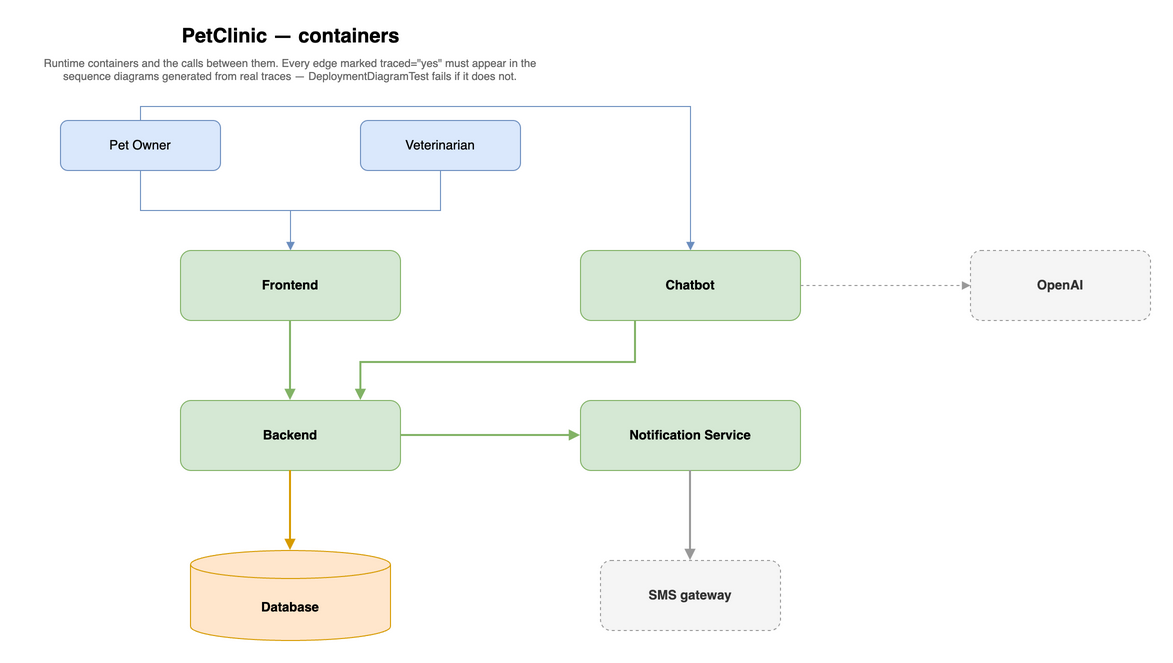
This is petclinic-backend/docs/Deployment.drawio.png from victorrentea/petclinic, a draw.io export, as it was before one commit. Source tidied: cells renumbered, new cells last; positions are measured from the earlier drawing's top-left corner, leaving out a move shared by most shapes.
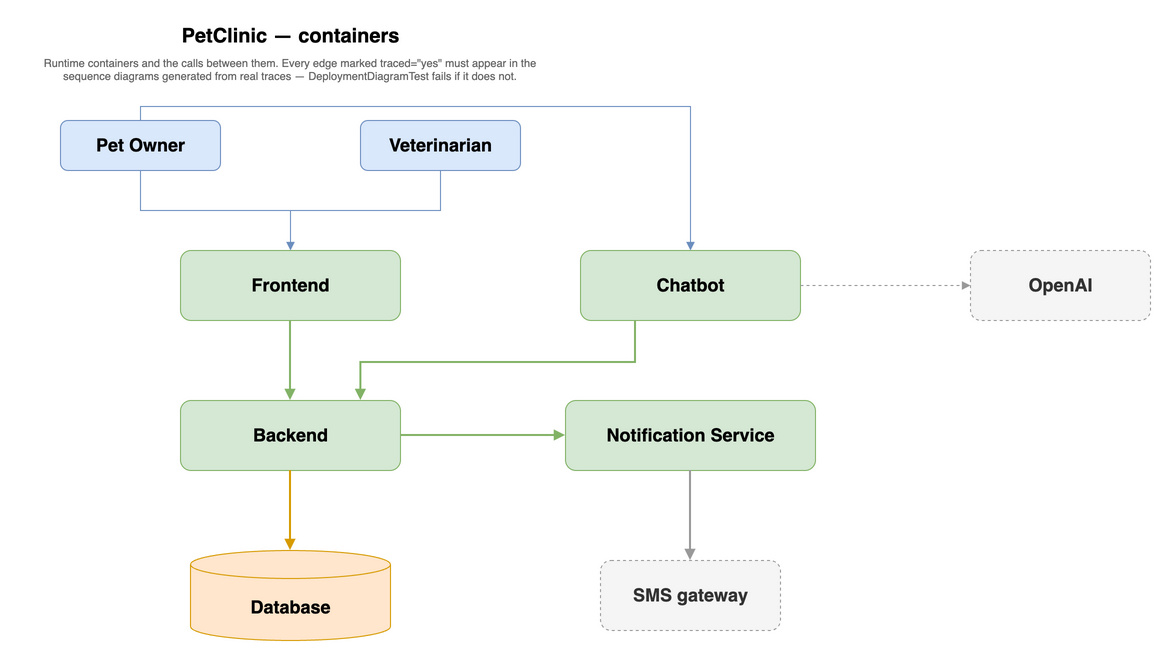
Later version of the same file.

What changed in the source:
```diff
@@ -8,19 +8,19 @@
     <mxCell id="3" value="Runtime containers and the calls between them. Every edge marked traced=&quot;yes&quot; must appear in the sequence diagrams generated from real traces — DeploymentDiagramTest fails if it does not." style="text;html=1;align=center;verticalAlign=top;fontSize=11;fontColor=#666666;whiteSpace=wrap;" parent="1" vertex="1">
       <mxGeometry y="30" width="540" height="46" as="geometry" />
     </mxCell>
-    <mxCell id="4" value="Pet Owner" style="rounded=1;whiteSpace=wrap;html=1;fillColor=#dae8fc;strokeColor=#6c8ebf;fontSize=13;" parent="1" vertex="1">
+    <mxCell id="4" value="Pet Owner" style="rounded=1;whiteSpace=nowrap;html=1;fillColor=#dae8fc;strokeColor=#6c8ebf;fontSize=18;fontStyle=1;" parent="1" vertex="1">
       <mxGeometry x="40" y="100" width="160" height="50" as="geometry" />
     </mxCell>
-    <mxCell id="5" value="Veterinarian" style="rounded=1;whiteSpace=wrap;html=1;fillColor=#dae8fc;strokeColor=#6c8ebf;fontSize=13;" parent="1" vertex="1">
+    <mxCell id="5" value="Veterinarian" style="rounded=1;whiteSpace=nowrap;html=1;fillColor=#dae8fc;strokeColor=#6c8ebf;fontSize=18;fontStyle=1;" parent="1" vertex="1">
       <mxGeometry x="340" y="100" width="160" height="50" as="geometry" />
     </mxCell>
-    <mxCell id="6" value="&lt;b&gt;Frontend&lt;/b&gt;" style="rounded=1;whiteSpace=wrap;html=1;fillColor=#d5e8d4;strokeColor=#82b366;fontSize=13;verticalAlign=middle;" parent="1" vertex="1">
+    <mxCell id="6" value="&lt;b&gt;Frontend&lt;/b&gt;" style="rounded=1;whiteSpace=nowrap;html=1;fillColor=#d5e8d4;strokeColor=#82b366;fontSize=18;verticalAlign=middle;fontStyle=1;" parent="1" vertex="1">
       <mxGeometry x="160" y="230" width="220" height="70" as="geometry" />
     </mxCell>
-    <mxCell id="7" value="&lt;b&gt;Backend&lt;/b&gt;" style="rounded=1;whiteSpace=wrap;html=1;fillColor=#d5e8d4;strokeColor=#82b366;fontSize=13;verticalAlign=middle;" parent="1" vertex="1">
+    <mxCell id="7" value="&lt;b&gt;Backend&lt;/b&gt;" style="rounded=1;whiteSpace=nowrap;html=1;fillColor=#d5e8d4;strokeColor=#82b366;fontSize=18;verticalAlign=middle;fontStyle=1;" parent="1" vertex="1">
       <mxGeometry x="160" y="380" width="220" height="70" as="geometry" />
     </mxCell>
-    <mxCell id="8" value="&lt;b&gt;Database&lt;/b&gt;" style="shape=cylinder3;whiteSpace=wrap;html=1;boundedLbl=1;backgroundOutline=1;size=14;fillColor=#ffe6cc;strokeColor=#d79b00;fontSize=13;verticalAlign=middle;" parent="1" vertex="1">
+    <mxCell id="8" value="&lt;b&gt;Database&lt;/b&gt;" style="shape=cylinder3;whiteSpace=nowrap;html=1;boundedLbl=1;backgroundOutline=1;size=14;fillColor=#ffe6cc;strokeColor=#d79b00;fontSize=18;verticalAlign=middle;fontStyle=1;" parent="1" vertex="1">
       <mxGeometry x="170" y="530" width="200" height="90" as="geometry" />
     </mxCell>
     <mxCell id="9" style="edgeStyle=orthogonalEdgeStyle;rounded=0;html=1;labelBackgroundColor=#FFFFFF;endArrow=block;strokeColor=#6c8ebf;fontSize=11;" parent="1" edge="1" source="4" target="6">
@@ -35,13 +35,13 @@
     <mxCell id="12" style="edgeStyle=orthogonalEdgeStyle;rounded=0;html=1;labelBackgroundColor=#FFFFFF;endArrow=block;strokeWidth=2;strokeColor=#d79b00;fontSize=11;" parent="1" edge="1" source="7" target="8">
       <mxGeometry relative="1" as="geometry" />
     </mxCell>
-    <mxCell id="13" value="&lt;b&gt;Notification Service&lt;/b&gt;" style="rounded=1;whiteSpace=wrap;html=1;fillColor=#d5e8d4;strokeColor=#82b366;fontSize=13;verticalAlign=middle;" parent="1" vertex="1">
-      <mxGeometry x="560" y="380" width="220" height="70" as="geometry" />
+    <mxCell id="13" value="&lt;b&gt;Notification Service&lt;/b&gt;" style="rounded=1;whiteSpace=nowrap;html=1;fillColor=#d5e8d4;strokeColor=#82b366;fontSize=18;verticalAlign=middle;fontStyle=1;" parent="1" vertex="1">
+      <mxGeometry x="545" y="380" width="250" height="70" as="geometry" />
     </mxCell>
-    <mxCell id="14" value="&lt;b&gt;Chatbot&lt;/b&gt;" style="rounded=1;whiteSpace=wrap;html=1;fillColor=#d5e8d4;strokeColor=#82b366;fontSize=13;verticalAlign=middle;" parent="1" vertex="1">
+    <mxCell id="14" value="&lt;b&gt;Chatbot&lt;/b&gt;" style="rounded=1;whiteSpace=nowrap;html=1;fillColor=#d5e8d4;strokeColor=#82b366;fontSize=18;verticalAlign=middle;fontStyle=1;" parent="1" vertex="1">
       <mxGeometry x="560" y="230" width="220" height="70" as="geometry" />
     </mxCell>
-    <mxCell id="15" value="&lt;b&gt;OpenAI&lt;/b&gt;" style="rounded=1;whiteSpace=wrap;html=1;fillColor=#f5f5f5;strokeColor=#999999;fontColor=#333333;dashed=1;fontSize=13;verticalAlign=middle;" parent="1" vertex="1">
+    <mxCell id="15" value="&lt;b&gt;OpenAI&lt;/b&gt;" style="rounded=1;whiteSpace=nowrap;html=1;fillColor=#f5f5f5;strokeColor=#999999;fontColor=#333333;dashed=1;fontSize=18;verticalAlign=middle;fontStyle=1;" parent="1" vertex="1">
       <mxGeometry x="950" y="230" width="180" height="70" as="geometry" />
     </mxCell>
     <mxCell id="16" style="edgeStyle=orthogonalEdgeStyle;rounded=0;html=1;labelBackgroundColor=#FFFFFF;endArrow=block;strokeWidth=2;strokeColor=#82b366;fontSize=11;" parent="1" edge="1" source="7" target="13">
@@ -67,7 +67,7 @@
     <mxCell id="19" style="edgeStyle=orthogonalEdgeStyle;rounded=0;html=1;labelBackgroundColor=#FFFFFF;endArrow=block;dashed=1;strokeColor=#999999;fontColor=#666666;fontSize=11;exitDx=0;exitDy=0;entryDx=0;entryDy=0;exitX=1;exitY=0.5;entryX=0;entryY=0.5;" parent="1" edge="1" source="14" target="15">
       <mxGeometry relative="1" as="geometry" />
     </mxCell>
-    <mxCell id="20" value="&lt;b&gt;SMS gateway&lt;/b&gt;" style="rounded=1;whiteSpace=wrap;html=1;fillColor=#f5f5f5;strokeColor=#999999;fontColor=#333333;dashed=1;fontSize=13;verticalAlign=middle;" parent="1" vertex="1">
+    <mxCell id="20" value="&lt;b&gt;SMS gateway&lt;/b&gt;" style="rounded=1;whiteSpace=nowrap;html=1;fillColor=#f5f5f5;strokeColor=#999999;fontColor=#333333;dashed=1;fontSize=18;verticalAlign=middle;fontStyle=1;" parent="1" vertex="1">
       <mxGeometry x="580" y="540" width="180" height="70" as="geometry" />
     </mxCell>
     <mxCell id="21" style="edgeStyle=orthogonalEdgeStyle;rounded=0;html=1;labelBackgroundColor=#FFFFFF;endArrow=block;strokeWidth=2;strokeColor=#999999;fontSize=11;" parent="1" edge="1" source="13" target="20">
```
